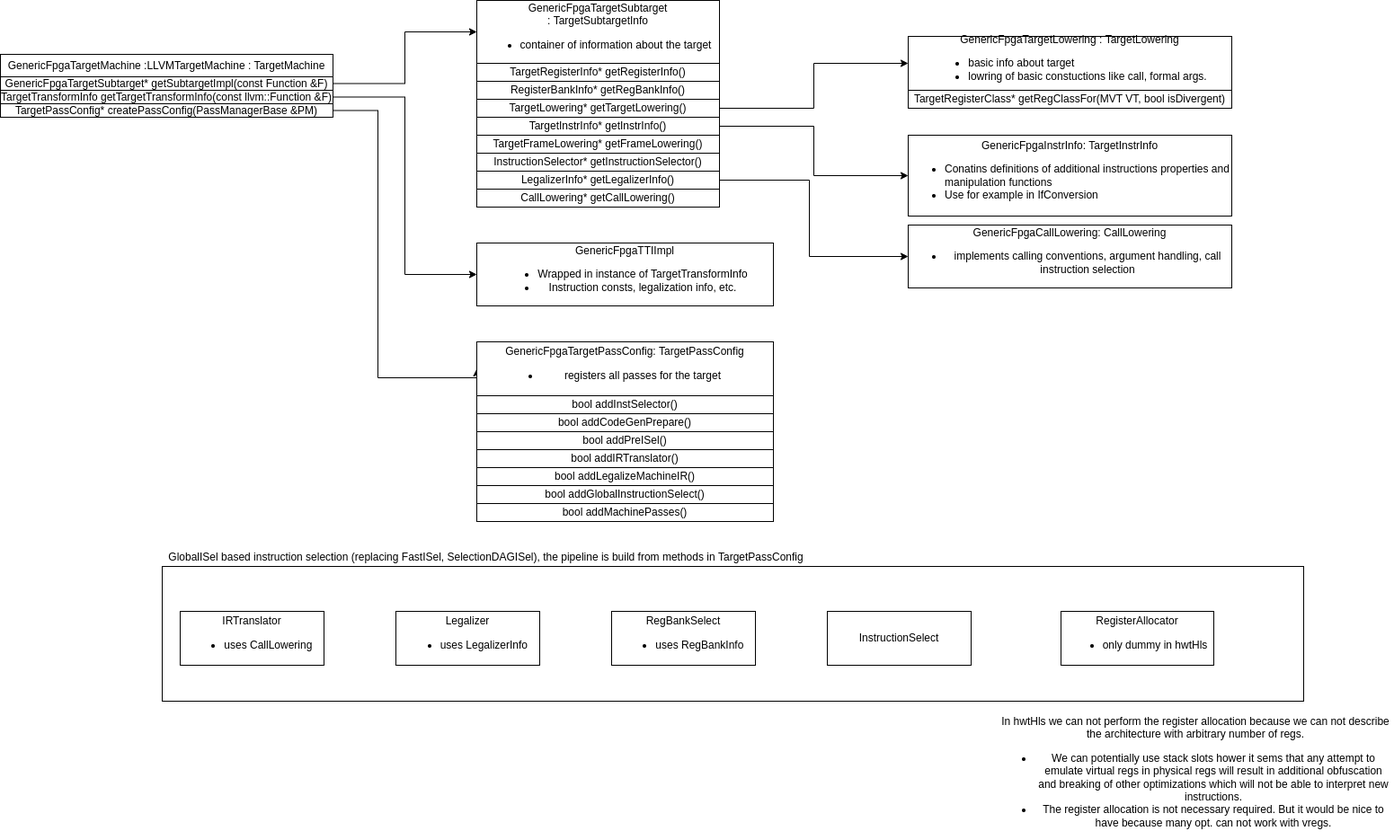
Above: doc/_static/hwtHls_llvm_backend.png in Nic30/hwtHls (draw.io), before the change. Source tidied: cells renumbered, new cells last; positions are measured from the earlier drawing's top-left corner, leaving out a move shared by most shapes. The source it was exported from:
```xml
<mxGraphModel>
  <root>
    <mxCell id="0" />
    <mxCell id="1" parent="0" />
    <mxCell id="2" style="rounded=0;whiteSpace=wrap;html=1;" parent="1" vertex="1">
      <mxGeometry x="180" y="630" width="1270" height="150" as="geometry" />
    </mxCell>
    <mxCell id="3" value="GenericFpgaTargetSubtarget&lt;br&gt;: TargetSubtargetInfo&lt;br&gt;&lt;ul&gt;&lt;li&gt;container of information about the target&lt;/li&gt;&lt;/ul&gt;" style="rounded=0;whiteSpace=wrap;html=1;" parent="1" vertex="1">
      <mxGeometry x="530" width="270" height="70" as="geometry" />
    </mxCell>
    <mxCell id="4" value="TargetRegisterInfo* getRegisterInfo()" style="rounded=0;whiteSpace=wrap;html=1;" parent="1" vertex="1">
      <mxGeometry x="530" y="70" width="270" height="20" as="geometry" />
    </mxCell>
    <mxCell id="5" style="edgeStyle=orthogonalEdgeStyle;rounded=0;jettySize=auto;html=1;exitX=1;exitY=0.5;exitDx=0;exitDy=0;entryX=0;entryY=0.5;entryDx=0;entryDy=0;" parent="1" edge="1" source="6" target="15">
      <mxGeometry relative="1" as="geometry" />
    </mxCell>
    <mxCell id="6" value="TargetLowering* getTargetLowering()" style="rounded=0;whiteSpace=wrap;html=1;" parent="1" vertex="1">
      <mxGeometry x="530" y="110" width="270" height="20" as="geometry" />
    </mxCell>
    <mxCell id="7" style="edgeStyle=orthogonalEdgeStyle;rounded=0;jettySize=auto;html=1;exitX=1;exitY=0.5;exitDx=0;exitDy=0;entryX=0;entryY=0.5;entryDx=0;entryDy=0;" parent="1" edge="1" source="8" target="40">
      <mxGeometry relative="1" as="geometry" />
    </mxCell>
    <mxCell id="8" value="TargetInstrInfo* getInstrInfo()" style="rounded=0;whiteSpace=wrap;html=1;" parent="1" vertex="1">
      <mxGeometry x="530" y="130" width="270" height="20" as="geometry" />
    </mxCell>
    <mxCell id="9" style="edgeStyle=orthogonalEdgeStyle;rounded=0;jettySize=auto;html=1;exitX=1;exitY=0.5;exitDx=0;exitDy=0;entryX=0;entryY=0.5;entryDx=0;entryDy=0;" parent="1" edge="1" source="10" target="41">
      <mxGeometry relative="1" as="geometry">
        <Array as="points">
          <mxPoint x="800" y="200" />
          <mxPoint x="900" y="200" />
          <mxPoint x="900" y="285" />
        </Array>
      </mxGeometry>
    </mxCell>
    <mxCell id="10" value="CallLowering* getCallLowering()" style="rounded=0;whiteSpace=wrap;html=1;" parent="1" vertex="1">
      <mxGeometry x="530" y="210" width="270" height="20" as="geometry" />
    </mxCell>
    <mxCell id="11" value="InstructionSelector* getInstructionSelector()" style="rounded=0;whiteSpace=wrap;html=1;" parent="1" vertex="1">
      <mxGeometry x="530" y="170" width="270" height="20" as="geometry" />
    </mxCell>
    <mxCell id="12" value="LegalizerInfo* getLegalizerInfo()" style="rounded=0;whiteSpace=wrap;html=1;" parent="1" vertex="1">
      <mxGeometry x="530" y="190" width="270" height="20" as="geometry" />
    </mxCell>
    <mxCell id="13" value="TargetFrameLowering* getFrameLowering()" style="rounded=0;whiteSpace=wrap;html=1;" parent="1" vertex="1">
      <mxGeometry x="530" y="150" width="270" height="20" as="geometry" />
    </mxCell>
    <mxCell id="14" value="RegisterBankInfo* getRegBankInfo()" style="rounded=0;whiteSpace=wrap;html=1;" parent="1" vertex="1">
      <mxGeometry x="530" y="90" width="270" height="20" as="geometry" />
    </mxCell>
    <mxCell id="15" value="GenericFpgaTargetLowering : TargetLowering&lt;br&gt;&lt;ul&gt;&lt;li style=&quot;text-align: left&quot;&gt;&lt;span&gt;basic info about target&lt;/span&gt;&lt;/li&gt;&lt;li&gt;lowring of basic constuctions like call, formal args.&lt;/li&gt;&lt;/ul&gt;" style="rounded=0;whiteSpace=wrap;html=1;" parent="1" vertex="1">
      <mxGeometry x="1010" y="40" width="360" height="60" as="geometry" />
    </mxCell>
    <mxCell id="16" value="&lt;div&gt;TargetRegisterClass* getRegClassFor(MVT VT,&amp;nbsp;&lt;span&gt;bool isDivergent)&lt;/span&gt;&lt;/div&gt;" style="rounded=0;whiteSpace=wrap;html=1;" parent="1" vertex="1">
      <mxGeometry x="1010" y="100" width="360" height="20" as="geometry" />
    </mxCell>
    <mxCell id="17" value="GenericFpgaTargetMachine :LLVMTargetMachine : TargetMachine" style="rounded=0;whiteSpace=wrap;html=1;" parent="1" vertex="1">
      <mxGeometry y="60" width="370" height="25" as="geometry" />
    </mxCell>
    <mxCell id="18" style="edgeStyle=orthogonalEdgeStyle;rounded=0;jettySize=auto;html=1;exitX=1;exitY=0.5;exitDx=0;exitDy=0;entryX=0;entryY=0.5;entryDx=0;entryDy=0;" parent="1" edge="1" source="19" target="3">
      <mxGeometry relative="1" as="geometry" />
    </mxCell>
    <mxCell id="19" value="&lt;div&gt;GenericFpgaTargetSubtarget* getSubtargetImpl(&lt;span&gt;const Function &amp;amp;F)&lt;/span&gt;&lt;/div&gt;" style="rounded=0;whiteSpace=wrap;html=1;" parent="1" vertex="1">
      <mxGeometry y="85" width="370" height="15" as="geometry" />
    </mxCell>
    <mxCell id="20" style="edgeStyle=orthogonalEdgeStyle;rounded=0;jettySize=auto;html=1;exitX=1;exitY=0.5;exitDx=0;exitDy=0;entryX=0;entryY=0.5;entryDx=0;entryDy=0;" parent="1" edge="1" source="21" target="24">
      <mxGeometry relative="1" as="geometry" />
    </mxCell>
    <mxCell id="21" value="TargetTransformInfo getTargetTransformInfo(const llvm::Function &amp;amp;F)" style="rounded=0;whiteSpace=wrap;html=1;" parent="1" vertex="1">
      <mxGeometry y="100" width="370" height="15" as="geometry" />
    </mxCell>
    <mxCell id="22" style="edgeStyle=orthogonalEdgeStyle;rounded=0;jettySize=auto;html=1;exitX=1;exitY=0.5;exitDx=0;exitDy=0;entryX=0;entryY=0.5;entryDx=0;entryDy=0;" parent="1" edge="1" source="23" target="25">
      <mxGeometry relative="1" as="geometry">
        <Array as="points">
          <mxPoint x="420" y="123" />
          <mxPoint x="420" y="420" />
        </Array>
      </mxGeometry>
    </mxCell>
    <mxCell id="23" value="TargetPassConfig* createPassConfig(PassManagerBase &amp;amp;PM)" style="rounded=0;whiteSpace=wrap;html=1;" parent="1" vertex="1">
      <mxGeometry y="115" width="370" height="15" as="geometry" />
    </mxCell>
    <mxCell id="24" value="GenericFpgaTTIImpl&lt;br&gt;&lt;ul&gt;&lt;li&gt;Wrapped in instance of&amp;nbsp;TargetTransformInfo&lt;/li&gt;&lt;li&gt;Instruction consts, legalization info, etc.&lt;/li&gt;&lt;/ul&gt;" style="rounded=0;whiteSpace=wrap;html=1;" parent="1" vertex="1">
      <mxGeometry x="530" y="270" width="330" height="70" as="geometry" />
    </mxCell>
    <mxCell id="25" value="GenericFpgaTargetPassConfig:&amp;nbsp;TargetPassConfig&lt;br&gt;&lt;ul&gt;&lt;li&gt;registers all passes for the target&lt;/li&gt;&lt;/ul&gt;" style="rounded=0;whiteSpace=wrap;html=1;" parent="1" vertex="1">
      <mxGeometry x="530" y="380" width="330" height="60" as="geometry" />
    </mxCell>
    <mxCell id="26" value="bool addInstSelector()" style="rounded=0;whiteSpace=wrap;html=1;" parent="1" vertex="1">
      <mxGeometry x="530" y="440" width="330" height="20" as="geometry" />
    </mxCell>
    <mxCell id="27" value="bool addCodeGenPrepare()" style="rounded=0;whiteSpace=wrap;html=1;" parent="1" vertex="1">
      <mxGeometry x="530" y="460" width="330" height="20" as="geometry" />
    </mxCell>
    <mxCell id="28" value="bool addPreISel()" style="rounded=0;whiteSpace=wrap;html=1;" parent="1" vertex="1">
      <mxGeometry x="530" y="480" width="330" height="20" as="geometry" />
    </mxCell>
    <mxCell id="29" value="bool addIRTranslator()" style="rounded=0;whiteSpace=wrap;html=1;" parent="1" vertex="1">
      <mxGeometry x="530" y="500" width="330" height="20" as="geometry" />
    </mxCell>
    <mxCell id="30" value="bool addLegalizeMachineIR()" style="rounded=0;whiteSpace=wrap;html=1;" parent="1" vertex="1">
      <mxGeometry x="530" y="520" width="330" height="20" as="geometry" />
    </mxCell>
    <mxCell id="31" value="bool addGlobalInstructionSelect()" style="rounded=0;whiteSpace=wrap;html=1;" parent="1" vertex="1">
      <mxGeometry x="530" y="540" width="330" height="20" as="geometry" />
    </mxCell>
    <mxCell id="32" value="bool addMachinePasses()" style="rounded=0;whiteSpace=wrap;html=1;" parent="1" vertex="1">
      <mxGeometry x="530" y="560" width="330" height="20" as="geometry" />
    </mxCell>
    <mxCell id="33" value="IRTranslator&lt;br&gt;&lt;ul&gt;&lt;li&gt;uses&amp;nbsp;CallLowering&amp;nbsp;&lt;/li&gt;&lt;/ul&gt;" style="rounded=0;whiteSpace=wrap;html=1;" parent="1" vertex="1">
      <mxGeometry x="200" y="680" width="160" height="60" as="geometry" />
    </mxCell>
    <mxCell id="34" value="Legalizer&lt;br&gt;&lt;ul&gt;&lt;li&gt;uses&amp;nbsp;LegalizerInfo&amp;nbsp;&lt;/li&gt;&lt;/ul&gt;" style="rounded=0;whiteSpace=wrap;html=1;" parent="1" vertex="1">
      <mxGeometry x="440" y="680" width="160" height="60" as="geometry" />
    </mxCell>
    <mxCell id="35" value="RegBankSelect&lt;br&gt;&lt;ul&gt;&lt;li&gt;uses&amp;nbsp;RegBankInfo&amp;nbsp;&lt;/li&gt;&lt;/ul&gt;" style="rounded=0;whiteSpace=wrap;html=1;" parent="1" vertex="1">
      <mxGeometry x="680" y="680" width="160" height="60" as="geometry" />
    </mxCell>
    <mxCell id="36" value="InstructionSelect" style="rounded=0;whiteSpace=wrap;html=1;" parent="1" vertex="1">
      <mxGeometry x="920" y="680" width="160" height="60" as="geometry" />
    </mxCell>
    <mxCell id="37" value="GlobalISel based instruction selection (replacing FastISel, SelectionDAGISel), the pipeline is build from methods in TargetPassConfig" style="text;html=1;align=center;verticalAlign=middle;strokeColor=none;fillColor=none;" parent="1" vertex="1">
      <mxGeometry x="180" y="610" width="720" height="20" as="geometry" />
    </mxCell>
    <mxCell id="38" value="In hwtHls we can not perform the register allocation because we can not describe the architecture with arbitrary number of regs.&lt;br&gt;&lt;ul&gt;&lt;li&gt;We can potentially use stack slots hower it sems that any attempt to emulate virtual regs in physical regs will result in additional obfuscation and breaking of other optimizations which will not be able to interpret new instructions.&lt;/li&gt;&lt;li&gt;The register allocation is not necessary required. But it would be nice to have because many opt. can not work with vregs.&lt;/li&gt;&lt;/ul&gt;" style="text;html=1;strokeColor=none;fillColor=none;align=center;verticalAlign=middle;whiteSpace=wrap;rounded=0;" parent="1" vertex="1">
      <mxGeometry x="1110" y="830" width="440" height="70" as="geometry" />
    </mxCell>
    <mxCell id="39" value="RegisterAllocator&lt;br&gt;&lt;ul&gt;&lt;li&gt;only dummy in hwtHls&lt;/li&gt;&lt;/ul&gt;" style="rounded=0;whiteSpace=wrap;html=1;" parent="1" vertex="1">
      <mxGeometry x="1180" y="680" width="170" height="60" as="geometry" />
    </mxCell>
    <mxCell id="40" value="GenericFpgaInstrInfo:&amp;nbsp;TargetInstrInfo&lt;br&gt;&lt;ul&gt;&lt;li style=&quot;text-align: left;&quot;&gt;Conatins definitions of additional instructions properties and manipulation functions&lt;/li&gt;&lt;li style=&quot;text-align: left;&quot;&gt;Use for example in IfConversion&lt;/li&gt;&lt;/ul&gt;" style="rounded=0;whiteSpace=wrap;html=1;" parent="1" vertex="1">
      <mxGeometry x="1010" y="150" width="360" height="90" as="geometry" />
    </mxCell>
    <mxCell id="41" value="&lt;span style=&quot;background-color: initial;&quot;&gt;GenericFpgaCallLowering: CallLowering&lt;/span&gt;&lt;br&gt;&lt;ul&gt;&lt;li&gt;implements calling conventions, argument handling, call instruction selection&lt;/li&gt;&lt;/ul&gt;" style="rounded=0;whiteSpace=wrap;html=1;" parent="1" vertex="1">
      <mxGeometry x="1010" y="250" width="360" height="70" as="geometry" />
    </mxCell>
  </root>
</mxGraphModel>
```
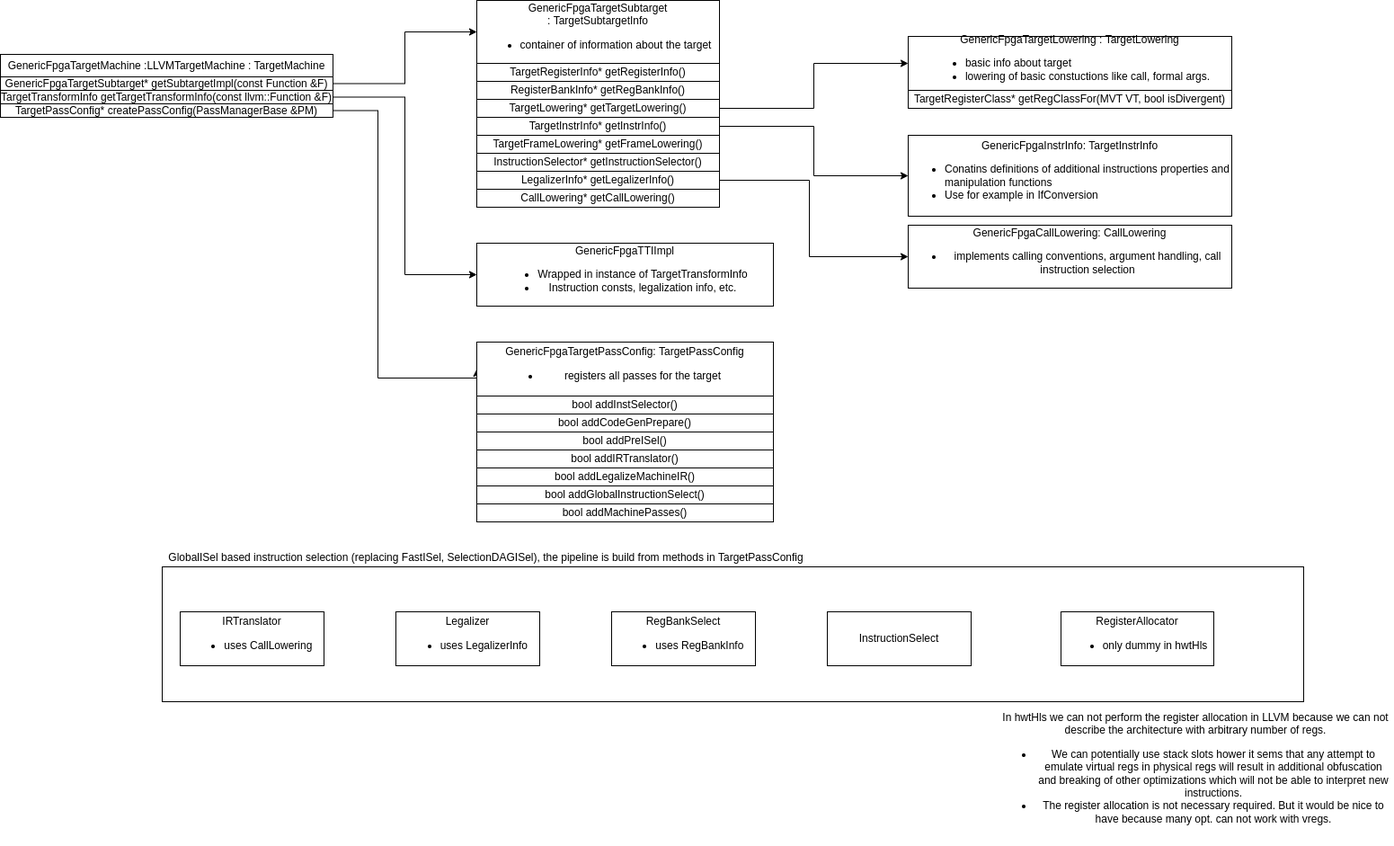
The same diagram one commit later.

The edit, as a diff of the source:
```diff
@@ -47,7 +47,7 @@
     <mxCell id="14" value="RegisterBankInfo* getRegBankInfo()" style="rounded=0;whiteSpace=wrap;html=1;" parent="1" vertex="1">
       <mxGeometry x="530" y="90" width="270" height="20" as="geometry" />
     </mxCell>
-    <mxCell id="15" value="GenericFpgaTargetLowering : TargetLowering&lt;br&gt;&lt;ul&gt;&lt;li style=&quot;text-align: left&quot;&gt;&lt;span&gt;basic info about target&lt;/span&gt;&lt;/li&gt;&lt;li&gt;lowring of basic constuctions like call, formal args.&lt;/li&gt;&lt;/ul&gt;" style="rounded=0;whiteSpace=wrap;html=1;" parent="1" vertex="1">
+    <mxCell id="15" value="GenericFpgaTargetLowering : TargetLowering&lt;br&gt;&lt;ul&gt;&lt;li style=&quot;text-align: left&quot;&gt;&lt;span&gt;basic info about target&lt;/span&gt;&lt;/li&gt;&lt;li&gt;lowering of basic constuctions like call, formal args.&lt;/li&gt;&lt;/ul&gt;" style="rounded=0;whiteSpace=wrap;html=1;" parent="1" vertex="1">
       <mxGeometry x="1010" y="40" width="360" height="60" as="geometry" />
     </mxCell>
     <mxCell id="16" value="&lt;div&gt;TargetRegisterClass* getRegClassFor(MVT VT,&amp;nbsp;&lt;span&gt;bool isDivergent)&lt;/span&gt;&lt;/div&gt;" style="rounded=0;whiteSpace=wrap;html=1;" parent="1" vertex="1">
@@ -121,8 +121,8 @@
     <mxCell id="37" value="GlobalISel based instruction selection (replacing FastISel, SelectionDAGISel), the pipeline is build from methods in TargetPassConfig" style="text;html=1;align=center;verticalAlign=middle;strokeColor=none;fillColor=none;" parent="1" vertex="1">
       <mxGeometry x="180" y="610" width="720" height="20" as="geometry" />
     </mxCell>
-    <mxCell id="38" value="In hwtHls we can not perform the register allocation because we can not describe the architecture with arbitrary number of regs.&lt;br&gt;&lt;ul&gt;&lt;li&gt;We can potentially use stack slots hower it sems that any attempt to emulate virtual regs in physical regs will result in additional obfuscation and breaking of other optimizations which will not be able to interpret new instructions.&lt;/li&gt;&lt;li&gt;The register allocation is not necessary required. But it would be nice to have because many opt. can not work with vregs.&lt;/li&gt;&lt;/ul&gt;" style="text;html=1;strokeColor=none;fillColor=none;align=center;verticalAlign=middle;whiteSpace=wrap;rounded=0;" parent="1" vertex="1">
-      <mxGeometry x="1110" y="830" width="440" height="70" as="geometry" />
+    <mxCell id="38" value="In hwtHls we can not perform the register allocation in LLVM because we can not describe the architecture with arbitrary number of regs.&lt;br&gt;&lt;ul&gt;&lt;li&gt;We can potentially use stack slots hower it sems that any attempt to emulate virtual regs in physical regs will result in additional obfuscation and breaking of other optimizations which will not be able to interpret new instructions.&lt;/li&gt;&lt;li&gt;The register allocation is not necessary required. But it would be nice to have because many opt. can not work with vregs.&lt;/li&gt;&lt;/ul&gt;" style="text;html=1;strokeColor=none;fillColor=none;align=center;verticalAlign=middle;whiteSpace=wrap;rounded=0;" parent="1" vertex="1">
+      <mxGeometry x="1110" y="780" width="440" height="160" as="geometry" />
     </mxCell>
     <mxCell id="39" value="RegisterAllocator&lt;br&gt;&lt;ul&gt;&lt;li&gt;only dummy in hwtHls&lt;/li&gt;&lt;/ul&gt;" style="rounded=0;whiteSpace=wrap;html=1;" parent="1" vertex="1">
       <mxGeometry x="1180" y="680" width="170" height="60" as="geometry" />
```
